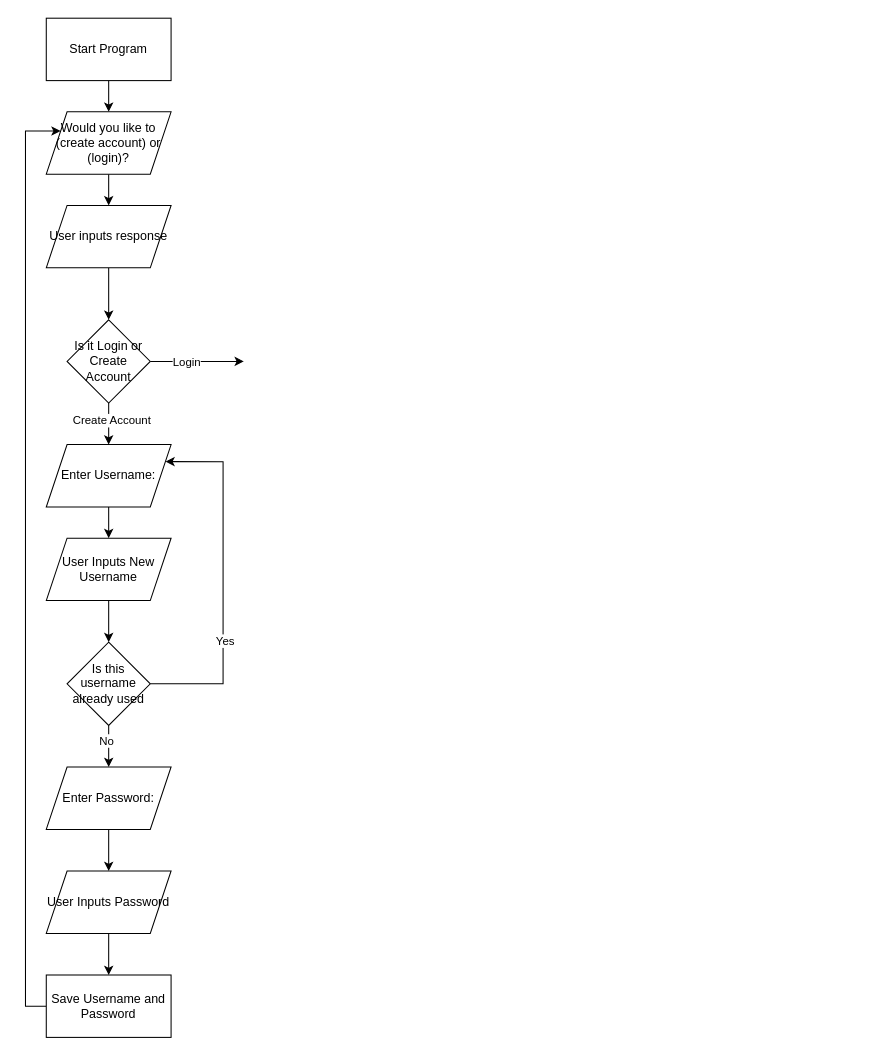
The draw.io diagram AdvArrays.drawio in ip1200-Wilson/First-repository, before the edit. Source tidied: cells renumbered, new cells numbered last; positions are measured from the earlier drawing's top-left corner, leaving out a move shared by most shapes. Both pictures are drawn from the tidied source at 104%, with x=0, y=0 at pixel (25, 18).
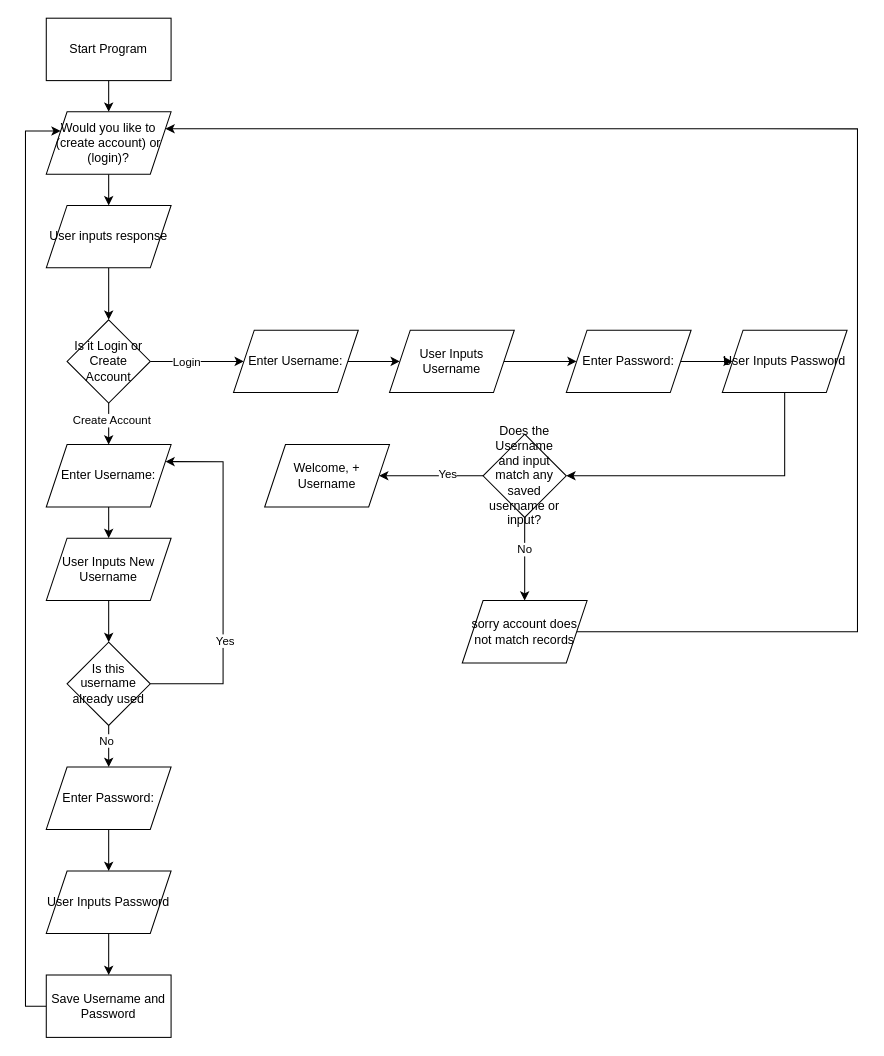
Above is the later version.

Commit message:
Basic Login Created.drawio

The change refers to these unchanged cells:
```xml
<mxCell id="5" value="Would you like to (create account) or (login)?" style="shape=parallelogram;perimeter=parallelogramPerimeter;whiteSpace=wrap;html=1;fixedSize=1;" parent="1" vertex="1">
  <mxGeometry x="20" y="90" width="120" height="60" as="geometry" />
</mxCell>
```

Diff of the diagram source:
```diff
@@
+    <mxCell id="28" style="edgeStyle=orthogonalEdgeStyle;rounded=0;jettySize=auto;html=1;" parent="1" edge="1" source="29" target="31">
+      <mxGeometry relative="1" as="geometry" />
+    </mxCell>
+    <mxCell id="29" value="Enter Username:" style="shape=parallelogram;perimeter=parallelogramPerimeter;whiteSpace=wrap;html=1;fixedSize=1;" parent="1" vertex="1">
+      <mxGeometry x="200" y="300" width="120" height="60" as="geometry" />
+    </mxCell>
+    <mxCell id="30" style="edgeStyle=orthogonalEdgeStyle;rounded=0;jettySize=auto;html=1;" parent="1" edge="1" source="31" target="33">
+      <mxGeometry relative="1" as="geometry" />
+    </mxCell>
+    <mxCell id="31" value="User Inputs Username" style="shape=parallelogram;perimeter=parallelogramPerimeter;whiteSpace=wrap;html=1;fixedSize=1;" parent="1" vertex="1">
+      <mxGeometry x="350" y="300" width="120" height="60" as="geometry" />
+    </mxCell>
+    <mxCell id="32" style="edgeStyle=orthogonalEdgeStyle;rounded=0;jettySize=auto;html=1;" parent="1" edge="1" source="33" target="35">
+      <mxGeometry relative="1" as="geometry" />
+    </mxCell>
+    <mxCell id="33" value="Enter Password:" style="shape=parallelogram;perimeter=parallelogramPerimeter;whiteSpace=wrap;html=1;fixedSize=1;" parent="1" vertex="1">
+      <mxGeometry x="520" y="300" width="120" height="60" as="geometry" />
+    </mxCell>
+    <mxCell id="34" style="edgeStyle=orthogonalEdgeStyle;rounded=0;jettySize=auto;html=1;entryX=1;entryY=0.5;entryDx=0;entryDy=0;" parent="1" edge="1" source="35" target="40">
+      <mxGeometry relative="1" as="geometry">
+        <Array as="points">
+          <mxPoint x="730" y="440" />
+        </Array>
+      </mxGeometry>
+    </mxCell>
+    <mxCell id="35" value="User Inputs Password" style="shape=parallelogram;perimeter=parallelogramPerimeter;whiteSpace=wrap;html=1;fixedSize=1;" parent="1" vertex="1">
+      <mxGeometry x="670" y="300" width="120" height="60" as="geometry" />
+    </mxCell>
+    <mxCell id="36" style="edgeStyle=orthogonalEdgeStyle;rounded=0;jettySize=auto;html=1;exitX=0;exitY=0.5;exitDx=0;exitDy=0;entryX=1;entryY=0.5;entryDx=0;entryDy=0;" parent="1" edge="1" source="40" target="41">
+      <mxGeometry relative="1" as="geometry" />
+    </mxCell>
+    <mxCell id="37" value="Yes" style="edgeLabel;html=1;align=center;verticalAlign=middle;" parent="36" vertex="1">
+      <mxGeometry x="-0.3" y="-2" relative="1" as="geometry" />
+    </mxCell>
+    <mxCell id="38" style="edgeStyle=orthogonalEdgeStyle;rounded=0;jettySize=auto;html=1;" parent="1" edge="1" source="40" target="43">
+      <mxGeometry relative="1" as="geometry" />
+    </mxCell>
+    <mxCell id="39" value="No" style="edgeLabel;html=1;align=center;verticalAlign=middle;" parent="38" vertex="1">
+      <mxGeometry x="-0.26" y="-1" relative="1" as="geometry" />
+    </mxCell>
+    <mxCell id="40" value="Does the Username and input match any saved username or input?" style="rhombus;whiteSpace=wrap;html=1;" parent="1" vertex="1">
+      <mxGeometry x="440" y="400" width="80" height="80" as="geometry" />
+    </mxCell>
+    <mxCell id="41" value="Welcome, + Username" style="shape=parallelogram;perimeter=parallelogramPerimeter;whiteSpace=wrap;html=1;fixedSize=1;" parent="1" vertex="1">
+      <mxGeometry x="230" y="410" width="120" height="60" as="geometry" />
+    </mxCell>
+    <mxCell id="42" style="edgeStyle=orthogonalEdgeStyle;rounded=0;jettySize=auto;html=1;entryX=1;entryY=0.25;entryDx=0;entryDy=0;" parent="1" edge="1" source="43" target="5">
+      <mxGeometry relative="1" as="geometry">
+        <Array as="points">
+          <mxPoint x="800" y="590" />
+          <mxPoint x="800" y="106" />
+        </Array>
+      </mxGeometry>
+    </mxCell>
+    <mxCell id="43" value="sorry account does not match records" style="shape=parallelogram;perimeter=parallelogramPerimeter;whiteSpace=wrap;html=1;fixedSize=1;" parent="1" vertex="1">
+      <mxGeometry x="420" y="560" width="120" height="60" as="geometry" />
+    </mxCell>
```
